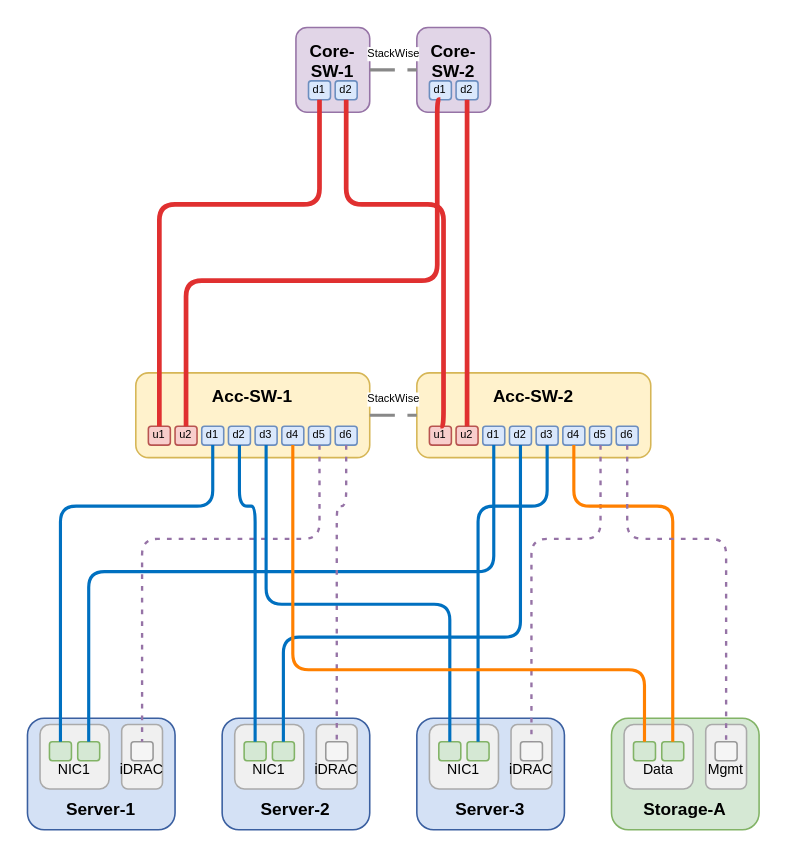
Earlier version of the draw.io diagram examples/small_office.drawio (kloir-z/drawio-wiring). Source tidied: cells renumbered, new cells numbered last; positions are measured from the earlier drawing's top-left corner, leaving out a move shared by most shapes. Both pictures are drawn from the tidied source at 157%, with x=0, y=0 at pixel (27, 27).
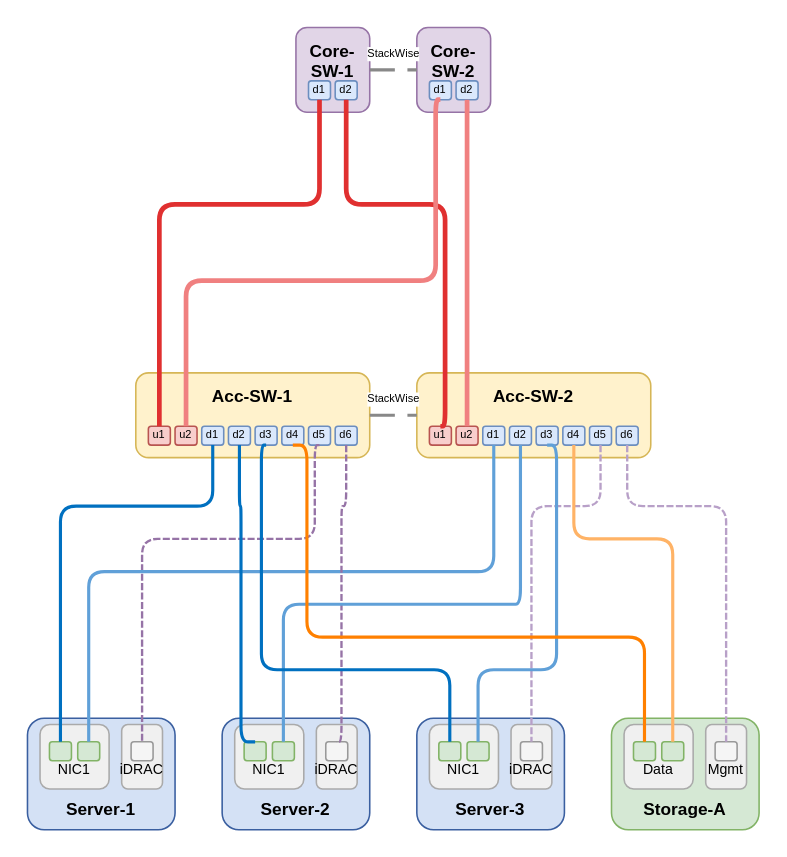
Above is the later version.

The change refers to these unchanged cells:
```xml
<mxCell id="4" value="d2" style="rounded=1;whiteSpace=wrap;html=1;fontSize=7;verticalAlign=middle;spacing=1;fillColor=#dae8fc;strokeColor=#6c8ebf;" parent="2" vertex="1">
<mxCell id="6" value="d1" style="rounded=1;whiteSpace=wrap;html=1;fontSize=7;verticalAlign=middle;spacing=1;fillColor=#dae8fc;strokeColor=#6c8ebf;" parent="5" vertex="1">
<mxCell id="7" value="d2" style="rounded=1;whiteSpace=wrap;html=1;fontSize=7;verticalAlign=middle;spacing=1;fillColor=#dae8fc;strokeColor=#6c8ebf;" parent="5" vertex="1">
<mxCell id="10" value="u2" style="rounded=1;whiteSpace=wrap;html=1;fontSize=7;verticalAlign=middle;spacing=1;fillColor=#f8cecc;strokeColor=#b85450;" parent="8" vertex="1">
<mxCell id="11" value="d1" style="rounded=1;whiteSpace=wrap;html=1;fontSize=7;verticalAlign=middle;spacing=1;fillColor=#dae8fc;strokeColor=#6c8ebf;" parent="8" vertex="1">
<mxCell id="12" value="d2" style="rounded=1;whiteSpace=wrap;html=1;fontSize=7;verticalAlign=middle;spacing=1;fillColor=#dae8fc;strokeColor=#6c8ebf;" parent="8" vertex="1">
<mxCell id="13" value="d3" style="rounded=1;whiteSpace=wrap;html=1;fontSize=7;verticalAlign=middle;spacing=1;fillColor=#dae8fc;strokeColor=#6c8ebf;" parent="8" vertex="1">
<mxCell id="14" value="d4" style="rounded=1;whiteSpace=wrap;html=1;fontSize=7;verticalAlign=middle;spacing=1;fillColor=#dae8fc;strokeColor=#6c8ebf;" parent="8" vertex="1">
<mxCell id="15" value="d5" style="rounded=1;whiteSpace=wrap;html=1;fontSize=7;verticalAlign=middle;spacing=1;fillColor=#dae8fc;strokeColor=#6c8ebf;" parent="8" vertex="1">
<mxCell id="16" value="d6" style="rounded=1;whiteSpace=wrap;html=1;fontSize=7;verticalAlign=middle;spacing=1;fillColor=#dae8fc;strokeColor=#6c8ebf;" parent="8" vertex="1">
<mxCell id="18" value="u1" style="rounded=1;whiteSpace=wrap;html=1;fontSize=7;verticalAlign=middle;spacing=1;fillColor=#f8cecc;strokeColor=#b85450;" parent="17" vertex="1">
<mxCell id="19" value="u2" style="rounded=1;whiteSpace=wrap;html=1;fontSize=7;verticalAlign=middle;spacing=1;fillColor=#f8cecc;strokeColor=#b85450;" parent="17" vertex="1">
<mxCell id="20" value="d1" style="rounded=1;whiteSpace=wrap;html=1;fontSize=7;verticalAlign=middle;spacing=1;fillColor=#dae8fc;strokeColor=#6c8ebf;" parent="17" vertex="1">
<mxCell id="21" value="d2" style="rounded=1;whiteSpace=wrap;html=1;fontSize=7;verticalAlign=middle;spacing=1;fillColor=#dae8fc;strokeColor=#6c8ebf;" parent="17" vertex="1">
<mxCell id="22" value="d3" style="rounded=1;whiteSpace=wrap;html=1;fontSize=7;verticalAlign=middle;spacing=1;fillColor=#dae8fc;strokeColor=#6c8ebf;" parent="17" vertex="1">
<mxCell id="23" value="d4" style="rounded=1;whiteSpace=wrap;html=1;fontSize=7;verticalAlign=middle;spacing=1;fillColor=#dae8fc;strokeColor=#6c8ebf;" parent="17" vertex="1">
<mxCell id="24" value="d5" style="rounded=1;whiteSpace=wrap;html=1;fontSize=7;verticalAlign=middle;spacing=1;fillColor=#dae8fc;strokeColor=#6c8ebf;" parent="17" vertex="1">
<mxCell id="25" value="d6" style="rounded=1;whiteSpace=wrap;html=1;fontSize=7;verticalAlign=middle;spacing=1;fillColor=#dae8fc;strokeColor=#6c8ebf;" parent="17" vertex="1">
<mxCell id="28" style="rounded=1;whiteSpace=wrap;html=1;fontSize=7;verticalAlign=middle;spacing=1;fillColor=#d5e8d4;strokeColor=#82b366;" parent="27" vertex="1">
<mxCell id="29" style="rounded=1;whiteSpace=wrap;html=1;fontSize=7;verticalAlign=middle;spacing=1;fillColor=#d5e8d4;strokeColor=#82b366;" parent="27" vertex="1">
<mxCell id="31" style="rounded=1;whiteSpace=wrap;html=1;fontSize=7;verticalAlign=middle;spacing=1;fillColor=#f5f5f5;strokeColor=#999999;" parent="30" vertex="1">
<mxCell id="34" style="rounded=1;whiteSpace=wrap;html=1;fontSize=7;verticalAlign=middle;spacing=1;fillColor=#d5e8d4;strokeColor=#82b366;" parent="33" vertex="1">
<mxCell id="35" style="rounded=1;whiteSpace=wrap;html=1;fontSize=7;verticalAlign=middle;spacing=1;fillColor=#d5e8d4;strokeColor=#82b366;" parent="33" vertex="1">
<mxCell id="37" style="rounded=1;whiteSpace=wrap;html=1;fontSize=7;verticalAlign=middle;spacing=1;fillColor=#f5f5f5;strokeColor=#999999;" parent="36" vertex="1">
<mxCell id="40" style="rounded=1;whiteSpace=wrap;html=1;fontSize=7;verticalAlign=middle;spacing=1;fillColor=#d5e8d4;strokeColor=#82b366;" parent="39" vertex="1">
<mxCell id="41" style="rounded=1;whiteSpace=wrap;html=1;fontSize=7;verticalAlign=middle;spacing=1;fillColor=#d5e8d4;strokeColor=#82b366;" parent="39" vertex="1">
<mxCell id="43" style="rounded=1;whiteSpace=wrap;html=1;fontSize=7;verticalAlign=middle;spacing=1;fillColor=#f5f5f5;strokeColor=#999999;" parent="42" vertex="1">
<mxCell id="46" style="rounded=1;whiteSpace=wrap;html=1;fontSize=7;verticalAlign=middle;spacing=1;fillColor=#d5e8d4;strokeColor=#82b366;" parent="45" vertex="1">
<mxCell id="47" style="rounded=1;whiteSpace=wrap;html=1;fontSize=7;verticalAlign=middle;spacing=1;fillColor=#d5e8d4;strokeColor=#82b366;" parent="45" vertex="1">
<mxCell id="49" style="rounded=1;whiteSpace=wrap;html=1;fontSize=7;verticalAlign=middle;spacing=1;fillColor=#f5f5f5;strokeColor=#999999;" parent="48" vertex="1">
```

Diff of the diagram source:
```diff
@@
+    <mxCell id="75" parent="0" />
+    <mxCell id="76" parent="0" />
+    <mxCell id="77" parent="0" />
+    <mxCell id="78" parent="0" />
@@
-    <mxCell id="56" style="edgeStyle=orthogonalEdgeStyle;rounded=1;jettySize=auto;html=1;fontSize=7;endArrow=none;startArrow=none;exitX=0.5;exitY=1;exitDx=0;exitDy=0;entryX=0.5;entryY=0;entryDx=0;entryDy=0;strokeColor=#E03030;strokeWidth=3;" parent="54" edge="1" source="6" target="10">
+    <mxCell id="56" style="edgeStyle=orthogonalEdgeStyle;rounded=1;jettySize=auto;html=1;fontSize=7;endArrow=none;startArrow=none;exitX=0.5;exitY=1;exitDx=0;exitDy=0;entryX=0.5;entryY=0;entryDx=0;entryDy=0;strokeColor=#F08080;strokeWidth=3;" parent="54" edge="1" source="6" target="10">
       <mxGeometry relative="1" as="geometry">
         <Array as="points">
-          <mxPoint x="261" y="161.3" />
+          <mxPoint x="260" y="161.3" />
           <mxPoint x="101" y="161.3" />
         </Array>
       </mxGeometry>
     </mxCell>
     <mxCell id="57" style="edgeStyle=orthogonalEdgeStyle;rounded=1;jettySize=auto;html=1;fontSize=7;endArrow=none;startArrow=none;exitX=0.5;exitY=1;exitDx=0;exitDy=0;entryX=0.5;entryY=0;entryDx=0;entryDy=0;strokeColor=#E03030;strokeWidth=3;" parent="52" edge="1" source="4" target="18">
       <mxGeometry relative="1" as="geometry">
         <Array as="points">
           <mxPoint x="203" y="112.7" />
-          <mxPoint x="265" y="112.7" />
+          <mxPoint x="266" y="112.7" />
         </Array>
       </mxGeometry>
     </mxCell>
-    <mxCell id="58" style="edgeStyle=orthogonalEdgeStyle;rounded=1;jettySize=auto;html=1;fontSize=7;endArrow=none;startArrow=none;exitX=0.5;exitY=1;exitDx=0;exitDy=0;entryX=0.5;entryY=0;entryDx=0;entryDy=0;strokeColor=#E03030;strokeWidth=3;" parent="52" edge="1" source="7" target="19">
+    <mxCell id="58" style="edgeStyle=orthogonalEdgeStyle;rounded=1;jettySize=auto;html=1;fontSize=7;endArrow=none;startArrow=none;exitX=0.5;exitY=1;exitDx=0;exitDy=0;entryX=0.5;entryY=0;entryDx=0;entryDy=0;strokeColor=#F08080;strokeWidth=3;" parent="52" edge="1" source="7" target="19">
       <mxGeometry relative="1" as="geometry">
         <Array as="points">
           <mxPoint x="280" y="112.7" />
           <mxPoint x="280" y="112.7" />
         </Array>
       </mxGeometry>
     </mxCell>
-    <mxCell id="59" parent="0" />
-    <mxCell id="60" parent="0" />
-    <mxCell id="61" parent="0" />
-    <mxCell id="62" parent="0" />
-    <mxCell id="63" style="edgeStyle=orthogonalEdgeStyle;rounded=1;jettySize=auto;html=1;fontSize=7;endArrow=none;startArrow=none;exitX=0.5;exitY=1;exitDx=0;exitDy=0;entryX=0.5;entryY=0;entryDx=0;entryDy=0;strokeColor=#0070C0;strokeWidth=2;" parent="59" edge="1" source="11" target="28">
+    <mxCell id="63" style="edgeStyle=orthogonalEdgeStyle;rounded=1;jettySize=auto;html=1;fontSize=7;endArrow=none;startArrow=none;exitX=0.5;exitY=1;exitDx=0;exitDy=0;entryX=0.5;entryY=0;entryDx=0;entryDy=0;strokeColor=#0070C0;strokeWidth=2;" parent="75" edge="1" source="11" target="28">
       <mxGeometry relative="1" as="geometry">
         <Array as="points">
           <mxPoint x="118" y="304.9" />
           <mxPoint x="21" y="304.9" />
         </Array>
       </mxGeometry>
     </mxCell>
-    <mxCell id="64" style="edgeStyle=orthogonalEdgeStyle;rounded=1;jettySize=auto;html=1;fontSize=7;endArrow=none;startArrow=none;exitX=0.5;exitY=1;exitDx=0;exitDy=0;entryX=0.5;entryY=0;entryDx=0;entryDy=0;strokeColor=#9673A6;strokeWidth=1.5;dashed=1;dashPattern=2 3;" parent="59" edge="1" source="15" target="31">
+    <mxCell id="64" style="edgeStyle=orthogonalEdgeStyle;rounded=1;jettySize=auto;html=1;fontSize=7;endArrow=none;startArrow=none;exitX=0.5;exitY=1;exitDx=0;exitDy=0;entryX=0.5;entryY=0;entryDx=0;entryDy=0;strokeColor=#9673A6;strokeWidth=1.5;dashed=1;dashPattern=3 1;" parent="75" edge="1" source="15" target="31">
       <mxGeometry relative="1" as="geometry">
         <Array as="points">
-          <mxPoint x="186" y="325.7" />
+          <mxPoint x="183" y="325.7" />
           <mxPoint x="73" y="325.7" />
         </Array>
       </mxGeometry>
     </mxCell>
-    <mxCell id="65" style="edgeStyle=orthogonalEdgeStyle;rounded=1;jettySize=auto;html=1;fontSize=7;endArrow=none;startArrow=none;exitX=0.5;exitY=1;exitDx=0;exitDy=0;entryX=0.5;entryY=0;entryDx=0;entryDy=0;strokeColor=#0070C0;strokeWidth=2;" parent="60" edge="1" source="12" target="34">
+    <mxCell id="65" style="edgeStyle=orthogonalEdgeStyle;rounded=1;jettySize=auto;html=1;fontSize=7;endArrow=none;startArrow=none;exitX=0.5;exitY=1;exitDx=0;exitDy=0;entryX=0.5;entryY=0;entryDx=0;entryDy=0;strokeColor=#0070C0;strokeWidth=2;" parent="76" edge="1" source="12" target="34">
       <mxGeometry relative="1" as="geometry">
         <Array as="points">
           <mxPoint x="135" y="304.9" />
-          <mxPoint x="145" y="304.9" />
+          <mxPoint x="136" y="304.9" />
         </Array>
       </mxGeometry>
     </mxCell>
-    <mxCell id="66" style="edgeStyle=orthogonalEdgeStyle;rounded=1;jettySize=auto;html=1;fontSize=7;endArrow=none;startArrow=none;exitX=0.5;exitY=1;exitDx=0;exitDy=0;entryX=0.5;entryY=0;entryDx=0;entryDy=0;strokeColor=#0070C0;strokeWidth=2;" parent="59" edge="1" source="20" target="29">
+    <mxCell id="66" style="edgeStyle=orthogonalEdgeStyle;rounded=1;jettySize=auto;html=1;fontSize=7;endArrow=none;startArrow=none;exitX=0.5;exitY=1;exitDx=0;exitDy=0;entryX=0.5;entryY=0;entryDx=0;entryDy=0;strokeColor=#60A0D8;strokeWidth=2;" parent="75" edge="1" source="20" target="29">
       <mxGeometry relative="1" as="geometry">
         <Array as="points">
           <mxPoint x="297" y="346.6" />
           <mxPoint x="39" y="346.6" />
         </Array>
       </mxGeometry>
     </mxCell>
-    <mxCell id="67" style="edgeStyle=orthogonalEdgeStyle;rounded=1;jettySize=auto;html=1;fontSize=7;endArrow=none;startArrow=none;exitX=0.5;exitY=1;exitDx=0;exitDy=0;entryX=0.5;entryY=0;entryDx=0;entryDy=0;strokeColor=#9673A6;strokeWidth=1.5;dashed=1;dashPattern=2 3;" parent="60" edge="1" source="16" target="37">
+    <mxCell id="67" style="edgeStyle=orthogonalEdgeStyle;rounded=1;jettySize=auto;html=1;fontSize=7;endArrow=none;startArrow=none;exitX=0.5;exitY=1;exitDx=0;exitDy=0;entryX=0.5;entryY=0;entryDx=0;entryDy=0;strokeColor=#9673A6;strokeWidth=1.5;dashed=1;dashPattern=3 1;" parent="76" edge="1" source="16" target="37">
       <mxGeometry relative="1" as="geometry">
         <Array as="points">
           <mxPoint x="203" y="304.9" />
-          <mxPoint x="197" y="304.9" />
+          <mxPoint x="200" y="304.9" />
         </Array>
       </mxGeometry>
     </mxCell>
-    <mxCell id="68" style="edgeStyle=orthogonalEdgeStyle;rounded=1;jettySize=auto;html=1;fontSize=7;endArrow=none;startArrow=none;exitX=0.5;exitY=1;exitDx=0;exitDy=0;entryX=0.5;entryY=0;entryDx=0;entryDy=0;strokeColor=#0070C0;strokeWidth=2;" parent="61" edge="1" source="13" target="40">
+    <mxCell id="68" style="edgeStyle=orthogonalEdgeStyle;rounded=1;jettySize=auto;html=1;fontSize=7;endArrow=none;startArrow=none;exitX=0.5;exitY=1;exitDx=0;exitDy=0;entryX=0.5;entryY=0;entryDx=0;entryDy=0;strokeColor=#60A0D8;strokeWidth=2;" parent="76" edge="1" source="21" target="35">
       <mxGeometry relative="1" as="geometry">
         <Array as="points">
-          <mxPoint x="152" y="367.4" />
-          <mxPoint x="269" y="367.4" />
+          <mxPoint x="308" y="367.4" />
+          <mxPoint x="166" y="367.4" />
         </Array>
       </mxGeometry>
     </mxCell>
-    <mxCell id="69" style="edgeStyle=orthogonalEdgeStyle;rounded=1;jettySize=auto;html=1;fontSize=7;endArrow=none;startArrow=none;exitX=0.5;exitY=1;exitDx=0;exitDy=0;entryX=0.5;entryY=0;entryDx=0;entryDy=0;strokeColor=#0070C0;strokeWidth=2;" parent="60" edge="1" source="21" target="35">
+    <mxCell id="69" style="edgeStyle=orthogonalEdgeStyle;rounded=1;jettySize=auto;html=1;fontSize=7;endArrow=none;startArrow=none;exitX=0.5;exitY=1;exitDx=0;exitDy=0;entryX=0.5;entryY=0;entryDx=0;entryDy=0;strokeColor=#FF8000;strokeWidth=2;" parent="78" edge="1" source="14" target="46">
       <mxGeometry relative="1" as="geometry">
         <Array as="points">
-          <mxPoint x="314" y="388.3" />
-          <mxPoint x="163" y="388.3" />
+          <mxPoint x="178" y="388.3" />
+          <mxPoint x="393" y="388.3" />
         </Array>
       </mxGeometry>
     </mxCell>
-    <mxCell id="70" style="edgeStyle=orthogonalEdgeStyle;rounded=1;jettySize=auto;html=1;fontSize=7;endArrow=none;startArrow=none;exitX=0.5;exitY=1;exitDx=0;exitDy=0;entryX=0.5;entryY=0;entryDx=0;entryDy=0;strokeColor=#FF8000;strokeWidth=2;" parent="62" edge="1" source="14" target="46">
+    <mxCell id="70" style="edgeStyle=orthogonalEdgeStyle;rounded=1;jettySize=auto;html=1;fontSize=7;endArrow=none;startArrow=none;exitX=0.5;exitY=1;exitDx=0;exitDy=0;entryX=0.5;entryY=0;entryDx=0;entryDy=0;strokeColor=#0070C0;strokeWidth=2;" parent="77" edge="1" source="13" target="40">
       <mxGeometry relative="1" as="geometry">
         <Array as="points">
-          <mxPoint x="169" y="409.1" />
-          <mxPoint x="393" y="409.1" />
+          <mxPoint x="149" y="409.1" />
+          <mxPoint x="269" y="409.1" />
         </Array>
       </mxGeometry>
     </mxCell>
-    <mxCell id="71" style="edgeStyle=orthogonalEdgeStyle;rounded=1;jettySize=auto;html=1;fontSize=7;endArrow=none;startArrow=none;exitX=0.5;exitY=1;exitDx=0;exitDy=0;entryX=0.5;entryY=0;entryDx=0;entryDy=0;strokeColor=#0070C0;strokeWidth=2;" parent="61" edge="1" source="22" target="41">
+    <mxCell id="71" style="edgeStyle=orthogonalEdgeStyle;rounded=1;jettySize=auto;html=1;fontSize=7;endArrow=none;startArrow=none;exitX=0.5;exitY=1;exitDx=0;exitDy=0;entryX=0.5;entryY=0;entryDx=0;entryDy=0;strokeColor=#B8A0C8;strokeWidth=1.5;dashed=1;dashPattern=3 1;" parent="77" edge="1" source="24" target="43">
       <mxGeometry relative="1" as="geometry">
         <Array as="points">
-          <mxPoint x="331" y="304.9" />
-          <mxPoint x="287" y="304.9" />
+          <mxPoint x="365" y="304.9" />
+          <mxPoint x="321" y="304.9" />
         </Array>
       </mxGeometry>
     </mxCell>
-    <mxCell id="72" style="edgeStyle=orthogonalEdgeStyle;rounded=1;jettySize=auto;html=1;fontSize=7;endArrow=none;startArrow=none;exitX=0.5;exitY=1;exitDx=0;exitDy=0;entryX=0.5;entryY=0;entryDx=0;entryDy=0;strokeColor=#9673A6;strokeWidth=1.5;dashed=1;dashPattern=2 3;" parent="61" edge="1" source="24" target="43">
+    <mxCell id="72" style="edgeStyle=orthogonalEdgeStyle;rounded=1;jettySize=auto;html=1;fontSize=7;endArrow=none;startArrow=none;exitX=0.5;exitY=1;exitDx=0;exitDy=0;entryX=0.5;entryY=0;entryDx=0;entryDy=0;strokeColor=#B8A0C8;strokeWidth=1.5;dashed=1;dashPattern=3 1;" parent="78" edge="1" source="25" target="49">
       <mxGeometry relative="1" as="geometry">
         <Array as="points">
-          <mxPoint x="365" y="325.7" />
-          <mxPoint x="321" y="325.7" />
+          <mxPoint x="382" y="304.9" />
+          <mxPoint x="445" y="304.9" />
         </Array>
       </mxGeometry>
     </mxCell>
-    <mxCell id="73" style="edgeStyle=orthogonalEdgeStyle;rounded=1;jettySize=auto;html=1;fontSize=7;endArrow=none;startArrow=none;exitX=0.5;exitY=1;exitDx=0;exitDy=0;entryX=0.5;entryY=0;entryDx=0;entryDy=0;strokeColor=#FF8000;strokeWidth=2;" parent="62" edge="1" source="23" target="47">
+    <mxCell id="73" style="edgeStyle=orthogonalEdgeStyle;rounded=1;jettySize=auto;html=1;fontSize=7;endArrow=none;startArrow=none;exitX=0.5;exitY=1;exitDx=0;exitDy=0;entryX=0.5;entryY=0;entryDx=0;entryDy=0;strokeColor=#FFB366;strokeWidth=2;" parent="78" edge="1" source="23" target="47">
       <mxGeometry relative="1" as="geometry">
         <Array as="points">
-          <mxPoint x="348" y="304.9" />
-          <mxPoint x="411" y="304.9" />
+          <mxPoint x="348" y="325.7" />
+          <mxPoint x="411" y="325.7" />
         </Array>
       </mxGeometry>
     </mxCell>
-    <mxCell id="74" style="edgeStyle=orthogonalEdgeStyle;rounded=1;jettySize=auto;html=1;fontSize=7;endArrow=none;startArrow=none;exitX=0.5;exitY=1;exitDx=0;exitDy=0;entryX=0.5;entryY=0;entryDx=0;entryDy=0;strokeColor=#9673A6;strokeWidth=1.5;dashed=1;dashPattern=2 3;" parent="62" edge="1" source="25" target="49">
+    <mxCell id="74" style="edgeStyle=orthogonalEdgeStyle;rounded=1;jettySize=auto;html=1;fontSize=7;endArrow=none;startArrow=none;exitX=0.5;exitY=1;exitDx=0;exitDy=0;entryX=0.5;entryY=0;entryDx=0;entryDy=0;strokeColor=#60A0D8;strokeWidth=2;" parent="77" edge="1" source="22" target="41">
       <mxGeometry relative="1" as="geometry">
         <Array as="points">
-          <mxPoint x="382" y="325.7" />
-          <mxPoint x="445" y="325.7" />
+          <mxPoint x="337" y="409.1" />
+          <mxPoint x="287" y="409.1" />
         </Array>
       </mxGeometry>
     </mxCell>
```
